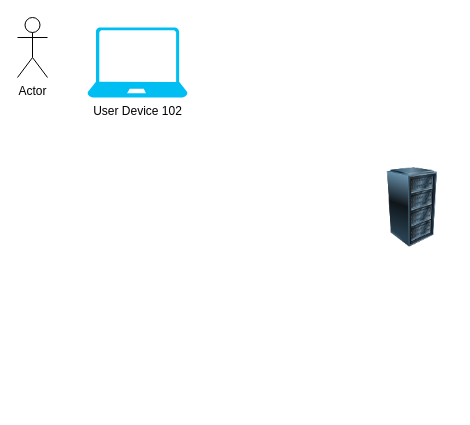
Earlier version of the draw.io diagram Untitled Diagram.drawio (antlia-io/Aggregator-NUST). Source tidied: cells renumbered, new cells numbered last; positions are measured from the earlier drawing's top-left corner, leaving out a move shared by most shapes. Both pictures are drawn from the tidied source at 100%, with x=0, y=0 at pixel (17, 17).
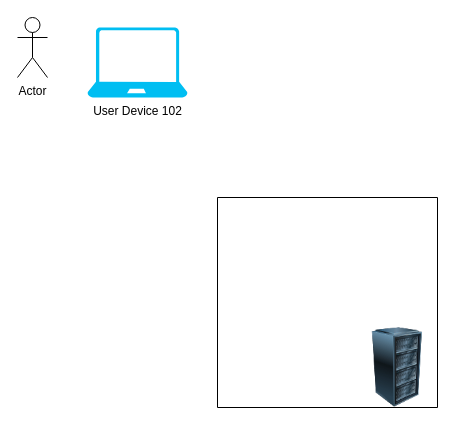
After the change.

The edit, as a diff of the source:
```diff
@@
 <mxGraphModel>
   <root>
     <mxCell id="0" />
     <mxCell id="1" parent="0" />
     <mxCell id="2" value="Actor" style="shape=umlActor;verticalLabelPosition=bottom;verticalAlign=top;html=1;" parent="1" vertex="1">
       <mxGeometry width="30" height="60" as="geometry" />
     </mxCell>
     <mxCell id="3" value="User Device 102&lt;div&gt;&lt;br&gt;&lt;/div&gt;" style="verticalLabelPosition=bottom;html=1;verticalAlign=top;align=center;strokeColor=none;fillColor=#00BEF2;shape=mxgraph.azure.laptop;" parent="1" vertex="1">
       <mxGeometry x="70" y="10" width="100" height="70" as="geometry" />
     </mxCell>
+    <mxCell id="5" style="swimlane;startSize=0;" parent="1" vertex="1">
+      <mxGeometry x="200" y="180" width="220" height="210" as="geometry" />
+    </mxCell>
-    <mxCell id="4" style="image;html=1;image=img/lib/clip_art/computers/Server_Rack_128x128.png;" parent="1" vertex="1">
-      <mxGeometry x="355" y="150" width="80" height="80" as="geometry" />
+    <mxCell id="4" style="image;html=1;image=img/lib/clip_art/computers/Server_Rack_128x128.png;" parent="5" vertex="1">
+      <mxGeometry x="140" y="130" width="80" height="80" as="geometry" />
     </mxCell>
   </root>
 </mxGraphModel>
```
